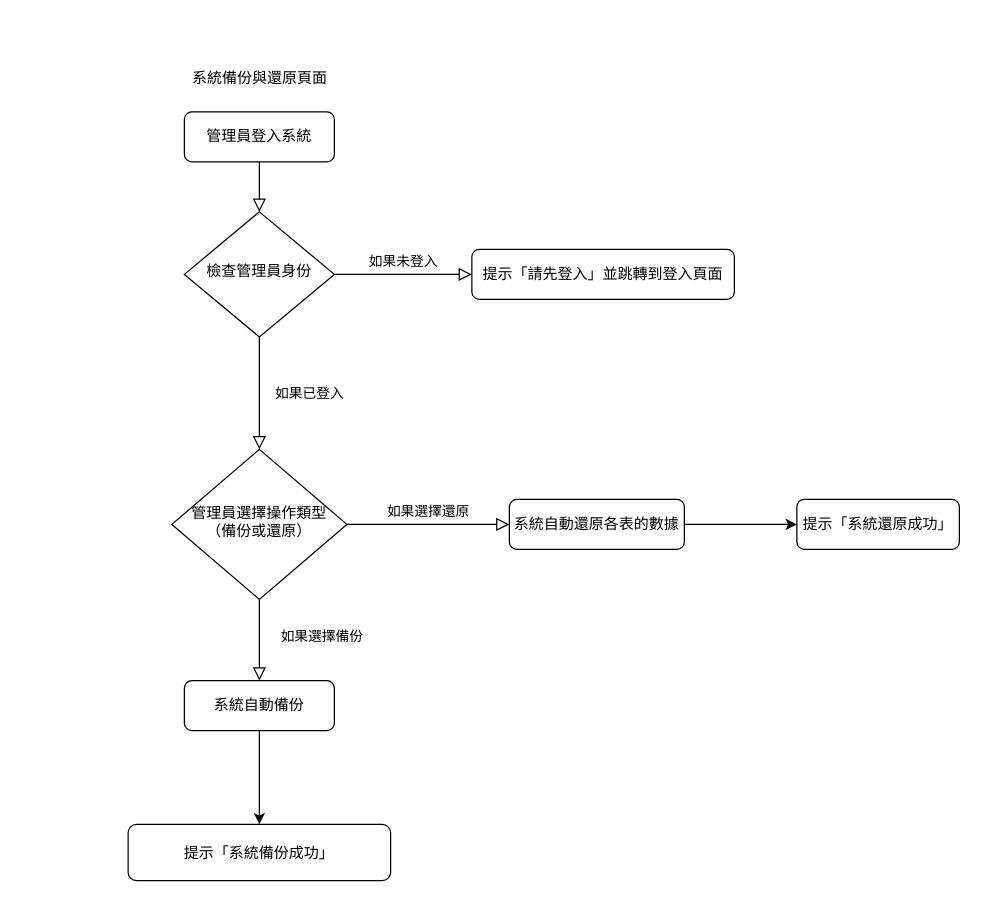
This is 系統流程圖(系統備份與還原頁面).drawio from hak99101314/Maintenance-inquiry-system, a draw.io file, before an edit. Source tidied: cells renumbered, new cells numbered last; positions are measured from the earlier drawing's top-left corner, leaving out a move shared by most shapes. Both pictures are drawn from the tidied source at 125%, with x=0, y=0 at pixel (128, 59).
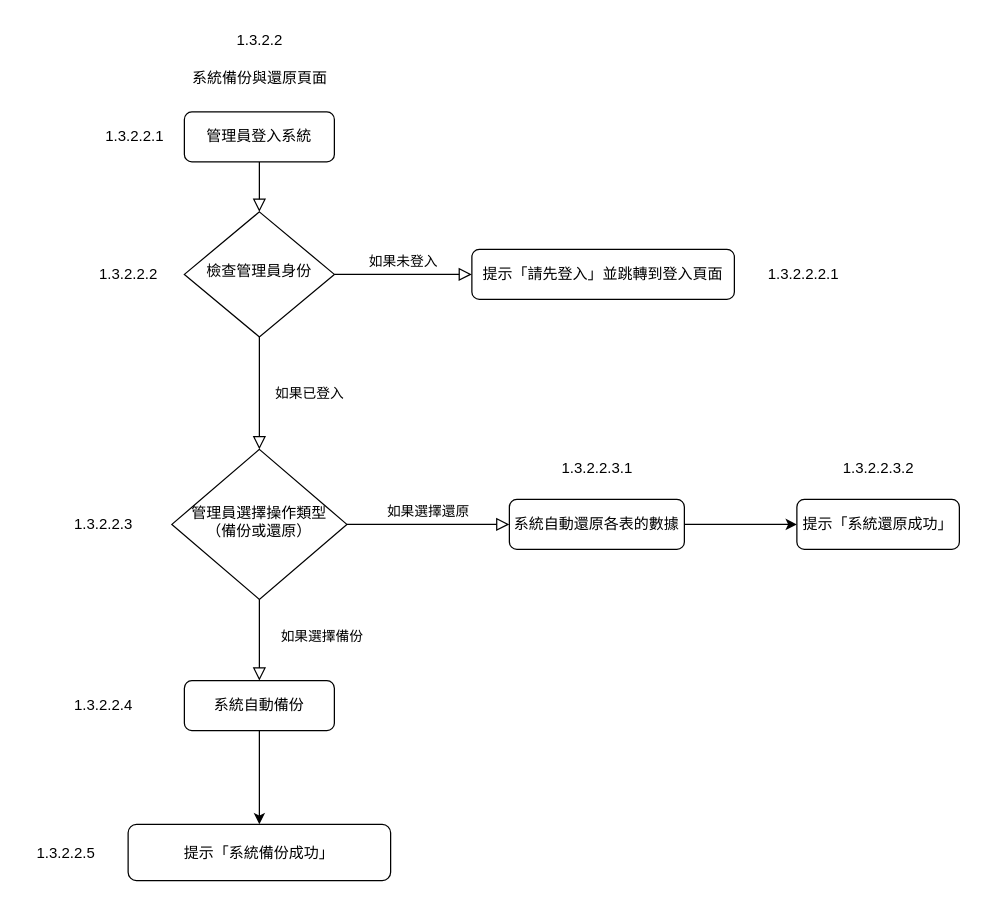
After the change.

Commit message:
更新系統流程圖(系統備份與還原頁面).drawio

Change to the diagram source:
```diff
@@
+    <mxCell id="18" value="1.3.2.2" style="text;html=1;align=center;verticalAlign=middle;strokeColor=none;fillColor=none;" parent="1" vertex="1">
+      <mxGeometry x="75" y="-30" width="60" height="30" as="geometry" />
+    </mxCell>
+    <mxCell id="19" value="1.3.2.2.1" style="text;html=1;align=center;verticalAlign=middle;strokeColor=none;fillColor=none;" parent="1" vertex="1">
+      <mxGeometry x="-30" y="47" width="70" height="30" as="geometry" />
+    </mxCell>
+    <mxCell id="20" value="1.3.2.2.2" style="text;html=1;align=center;verticalAlign=middle;strokeColor=none;fillColor=none;" parent="1" vertex="1">
+      <mxGeometry x="-35" y="157" width="70" height="30" as="geometry" />
+    </mxCell>
+    <mxCell id="21" value="1.3.2.2.2.1" style="text;html=1;align=center;verticalAlign=middle;strokeColor=none;fillColor=none;" parent="1" vertex="1">
+      <mxGeometry x="500" y="157" width="80" height="30" as="geometry" />
+    </mxCell>
+    <mxCell id="22" value="1.3.2.2.3" style="text;html=1;align=center;verticalAlign=middle;strokeColor=none;fillColor=none;" parent="1" vertex="1">
+      <mxGeometry x="-55" y="357" width="70" height="30" as="geometry" />
+    </mxCell>
+    <mxCell id="23" value="1.3.2.2.3.1" style="text;html=1;align=center;verticalAlign=middle;strokeColor=none;fillColor=none;" parent="1" vertex="1">
+      <mxGeometry x="335" y="312" width="80" height="30" as="geometry" />
+    </mxCell>
+    <mxCell id="24" value="1.3.2.2.3.2" style="text;html=1;align=center;verticalAlign=middle;strokeColor=none;fillColor=none;" parent="1" vertex="1">
+      <mxGeometry x="560" y="312" width="80" height="30" as="geometry" />
+    </mxCell>
+    <mxCell id="25" value="1.3.2.2.4" style="text;html=1;align=center;verticalAlign=middle;strokeColor=none;fillColor=none;" parent="1" vertex="1">
+      <mxGeometry x="-55" y="502" width="70" height="30" as="geometry" />
+    </mxCell>
+    <mxCell id="26" value="1.3.2.2.5" style="text;html=1;align=center;verticalAlign=middle;strokeColor=none;fillColor=none;" parent="1" vertex="1">
+      <mxGeometry x="-85" y="619.5" width="70" height="30" as="geometry" />
+    </mxCell>
```
